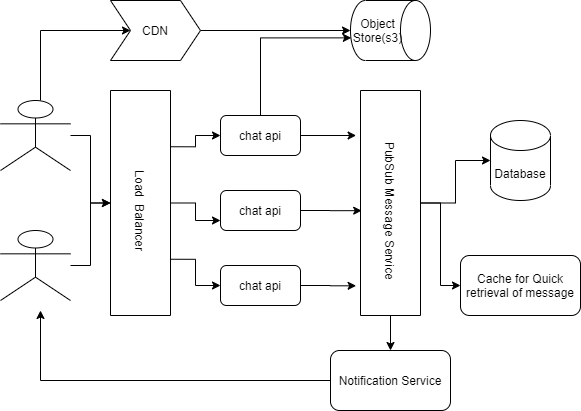
drdcs/Algorithms-and-System-Design keeps this draw.io diagram as images/FM.png. Above is the earlier version. Source tidied: cells renumbered, new cells last; positions are measured from the earlier drawing's top-left corner, leaving out a move shared by most shapes.
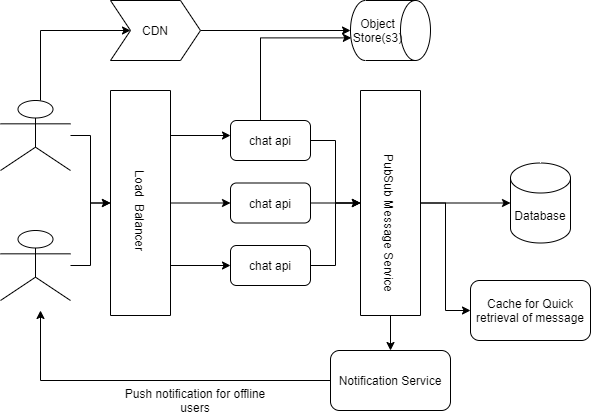
Above is the later version.

What changed in the source:
```diff
@@ -22,13 +22,21 @@
       <mxGeometry y="230" width="70" height="70" as="geometry" />
     </mxCell>
     <mxCell id="7" style="edgeStyle=orthogonalEdgeStyle;rounded=0;jettySize=auto;html=1;exitX=0.25;exitY=0;exitDx=0;exitDy=0;" parent="1" edge="1" source="10" target="14">
-      <mxGeometry relative="1" as="geometry" />
+      <mxGeometry relative="1" as="geometry">
+        <Array as="points">
+          <mxPoint x="170" y="135" />
+        </Array>
+      </mxGeometry>
     </mxCell>
-    <mxCell id="8" style="edgeStyle=orthogonalEdgeStyle;rounded=0;jettySize=auto;html=1;entryX=0;entryY=0.75;entryDx=0;entryDy=0;" parent="1" edge="1" source="10" target="16">
+    <mxCell id="8" style="edgeStyle=orthogonalEdgeStyle;rounded=0;jettySize=auto;html=1;" parent="1" edge="1" source="10" target="16">
       <mxGeometry relative="1" as="geometry" />
     </mxCell>
     <mxCell id="9" style="edgeStyle=orthogonalEdgeStyle;rounded=0;jettySize=auto;html=1;exitX=0.75;exitY=0;exitDx=0;exitDy=0;entryX=0;entryY=0.5;entryDx=0;entryDy=0;" parent="1" edge="1" source="10" target="18">
-      <mxGeometry relative="1" as="geometry" />
+      <mxGeometry relative="1" as="geometry">
+        <Array as="points">
+          <mxPoint x="170" y="265" />
+        </Array>
+      </mxGeometry>
     </mxCell>
     <mxCell id="10" style="rounded=0;whiteSpace=wrap;html=1;direction=south;" parent="1" vertex="1">
       <mxGeometry x="110" y="90" width="60" height="225" as="geometry" />
@@ -36,30 +44,30 @@
     <mxCell id="11" value="Load&amp;nbsp; Balancer" style="text;html=1;strokeColor=none;fillColor=none;align=center;verticalAlign=middle;whiteSpace=wrap;rounded=0;rotation=90;" parent="1" vertex="1">
       <mxGeometry x="50" y="210" width="180" as="geometry" />
     </mxCell>
+    <mxCell id="13" style="edgeStyle=orthogonalEdgeStyle;rounded=0;jettySize=auto;html=1;entryX=0.623;entryY=0.99;entryDx=0;entryDy=0;entryPerimeter=0;" parent="1" edge="1" source="14" target="26">
+      <mxGeometry relative="1" as="geometry">
+        <Array as="points">
+          <mxPoint x="260" y="37" />
+        </Array>
+      </mxGeometry>
+    </mxCell>
-    <mxCell id="12" style="edgeStyle=orthogonalEdgeStyle;rounded=0;jettySize=auto;html=1;entryX=0.2;entryY=1.073;entryDx=0;entryDy=0;entryPerimeter=0;" parent="1" edge="1" source="14" target="22">
+    <mxCell id="12" style="edgeStyle=orthogonalEdgeStyle;rounded=0;jettySize=auto;html=1;entryX=0.5;entryY=1;entryDx=0;entryDy=0;" parent="1" edge="1" source="14" target="22">
       <mxGeometry relative="1" as="geometry" />
     </mxCell>
-    <mxCell id="13" style="edgeStyle=orthogonalEdgeStyle;rounded=0;jettySize=auto;html=1;entryX=0.623;entryY=0.99;entryDx=0;entryDy=0;entryPerimeter=0;" parent="1" edge="1" source="14" target="26">
-      <mxGeometry relative="1" as="geometry">
-        <Array as="points">
-          <mxPoint x="260" y="37" />
-        </Array>
-      </mxGeometry>
-    </mxCell>
     <mxCell id="14" value="chat api" style="rounded=1;whiteSpace=wrap;html=1;" parent="1" vertex="1">
-      <mxGeometry x="220" y="115" width="80" height="40" as="geometry" />
+      <mxGeometry x="230" y="120" width="80" height="40" as="geometry" />
     </mxCell>
-    <mxCell id="15" style="edgeStyle=orthogonalEdgeStyle;rounded=0;jettySize=auto;html=1;entryX=0.534;entryY=0.98;entryDx=0;entryDy=0;entryPerimeter=0;" parent="1" edge="1" source="16" target="22">
+    <mxCell id="15" style="edgeStyle=orthogonalEdgeStyle;rounded=0;jettySize=auto;html=1;" parent="1" edge="1" source="16" target="22">
       <mxGeometry relative="1" as="geometry" />
     </mxCell>
     <mxCell id="16" value="chat api" style="rounded=1;whiteSpace=wrap;html=1;" parent="1" vertex="1">
-      <mxGeometry x="220" y="190" width="80" height="40" as="geometry" />
+      <mxGeometry x="230" y="182.5" width="80" height="40" as="geometry" />
     </mxCell>
-    <mxCell id="17" style="edgeStyle=orthogonalEdgeStyle;rounded=0;jettySize=auto;html=1;entryX=0.868;entryY=1.073;entryDx=0;entryDy=0;entryPerimeter=0;" parent="1" edge="1" source="18" target="22">
+    <mxCell id="17" style="edgeStyle=orthogonalEdgeStyle;rounded=0;jettySize=auto;html=1;entryX=0.5;entryY=1;entryDx=0;entryDy=0;" parent="1" edge="1" source="18" target="22">
       <mxGeometry relative="1" as="geometry" />
     </mxCell>
     <mxCell id="18" value="chat api" style="rounded=1;whiteSpace=wrap;html=1;" parent="1" vertex="1">
-      <mxGeometry x="220" y="265" width="80" height="40" as="geometry" />
+      <mxGeometry x="230" y="245" width="80" height="40" as="geometry" />
     </mxCell>
     <mxCell id="19" style="edgeStyle=orthogonalEdgeStyle;rounded=0;jettySize=auto;html=1;" parent="1" edge="1" source="22" target="24">
       <mxGeometry relative="1" as="geometry" />
@@ -74,13 +82,13 @@
       <mxGeometry x="360" y="90" width="60" height="225" as="geometry" />
     </mxCell>
     <mxCell id="23" value="PubSub Message Service" style="text;html=1;strokeColor=none;fillColor=none;align=center;verticalAlign=middle;whiteSpace=wrap;rounded=0;rotation=90;" parent="1" vertex="1">
-      <mxGeometry x="300" y="210" width="180" as="geometry" />
+      <mxGeometry x="300" y="222.5" width="180" as="geometry" />
     </mxCell>
     <mxCell id="24" value="Database" style="shape=cylinder3;whiteSpace=wrap;html=1;boundedLbl=1;backgroundOutline=1;size=15;" parent="1" vertex="1">
-      <mxGeometry x="490" y="120" width="60" height="80" as="geometry" />
+      <mxGeometry x="510" y="162.5" width="60" height="80" as="geometry" />
     </mxCell>
     <mxCell id="25" value="Cache for Quick retrieval of message" style="rounded=1;whiteSpace=wrap;html=1;" parent="1" vertex="1">
-      <mxGeometry x="460" y="255" width="120" height="60" as="geometry" />
+      <mxGeometry x="470" y="280" width="120" height="60" as="geometry" />
     </mxCell>
     <mxCell id="26" value="Object Store(s3)" style="shape=cylinder3;whiteSpace=wrap;html=1;boundedLbl=1;backgroundOutline=1;size=15;direction=south;" parent="1" vertex="1">
       <mxGeometry x="350" width="80" height="60" as="geometry" />
@@ -99,5 +107,8 @@
     <mxCell id="30" value="Notification Service" style="rounded=1;whiteSpace=wrap;html=1;" parent="1" vertex="1">
       <mxGeometry x="330" y="350" width="120" height="60" as="geometry" />
     </mxCell>
+    <mxCell id="31" value="Push notification for offline users" style="text;html=1;strokeColor=none;fillColor=none;align=center;verticalAlign=middle;whiteSpace=wrap;rounded=0;" parent="1" vertex="1">
+      <mxGeometry x="110" y="390" width="170" height="20" as="geometry" />
+    </mxCell>
   </root>
 </mxGraphModel>
```
